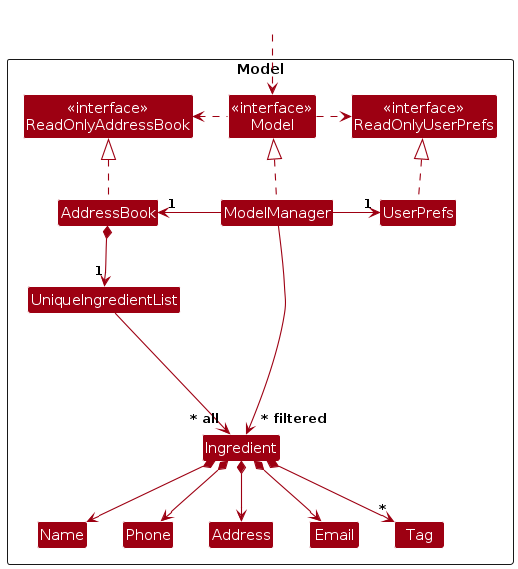
The PlantUML diagram diagrams/ModelClassDiagram.png in prawnzyy/tp, before a commit. Its source is kept beside it as diagrams/ModelClassDiagram.puml.
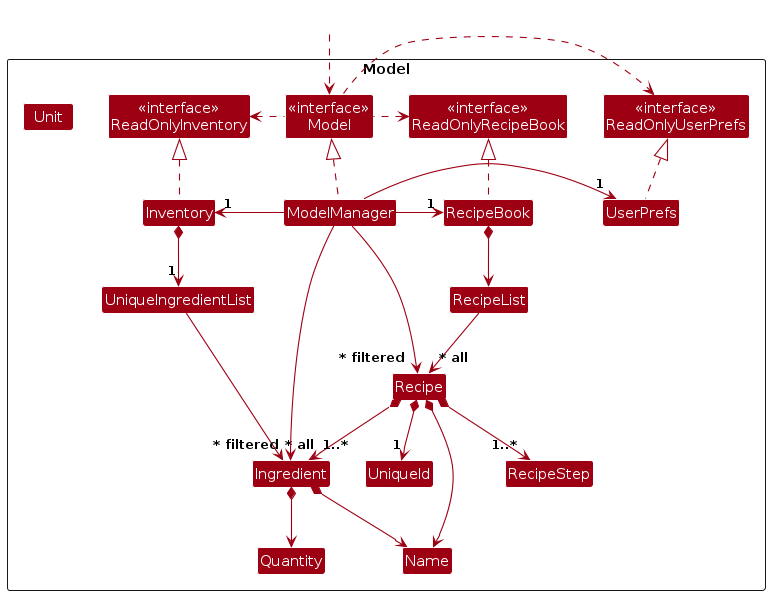
Above is the later version.

The edit, as a diff of the source:
```diff
@@ -5,20 +5,28 @@
 skinparam classBackgroundColor MODEL_COLOR
 
 Package Model as ModelPackage <<Rectangle>>{
-Class "<<interface>>\nReadOnlyAddressBook" as ReadOnlyAddressBook
+Class "<<interface>>\nReadOnlyInventory" as ReadOnlyInventory
 Class "<<interface>>\nReadOnlyUserPrefs" as ReadOnlyUserPrefs
+Class "<<interface>>\nReadOnlyRecipeBook" as ReadOnlyRecipeBook
 Class "<<interface>>\nModel" as Model
-Class AddressBook
+Class RecipeBook
+Class Inventory
 Class ModelManager
 Class UserPrefs
 
 Class UniqueIngredientList
 Class Ingredient
-Class Address
-Class Email
+Class Quantity
+
+Class Unit
+
+Class RecipeList
+
+Class Recipe
+Class RecipeStep
+Class UniqueId
+
 Class Name
-Class Phone
-Class Tag
 
 Class I #FFFFFF
 }
@@ -26,29 +34,33 @@
 Class HiddenOutside #FFFFFF
 HiddenOutside ..> Model
 
-AddressBook .up.|> ReadOnlyAddressBook
+Inventory .up.|> ReadOnlyInventory
+RecipeBook .up.|> ReadOnlyRecipeBook
 
 ModelManager .up.|> Model
 Model .right.> ReadOnlyUserPrefs
-Model .left.> ReadOnlyAddressBook
-ModelManager -left-> "1" AddressBook
+Model .left.> ReadOnlyInventory
+Model .left.> ReadOnlyRecipeBook
+ModelManager -left-> "1" Inventory
 ModelManager -right-> "1" UserPrefs
+ModelManager -left-> "1" RecipeBook
 UserPrefs .up.|> ReadOnlyUserPrefs
 
-AddressBook *--> "1" UniqueIngredientList
+Inventory *--> "1" UniqueIngredientList
 UniqueIngredientList --> "~* all" Ingredient
 Ingredient *--> Name
-Ingredient *--> Phone
-Ingredient *--> Email
-Ingredient *--> Address
-Ingredient *--> "*" Tag
+Ingredient *--> Quantity
+
+RecipeBook *--> RecipeList
+RecipeList --> "~* all" Recipe
+Recipe *--> Name
+Recipe *--> "1..~*" Ingredient
+Recipe *--> "1..~*" RecipeStep
+Recipe *--> "1" UniqueId
 
 Ingredient -[hidden]up--> I
 UniqueIngredientList -[hidden]right-> I
 
-Name -[hidden]right-> Phone
-Phone -[hidden]right-> Address
-Address -[hidden]right-> Email
-
 ModelManager --> "~* filtered" Ingredient
+ModelManager --> "~* filtered" Recipe
 @enduml
```
